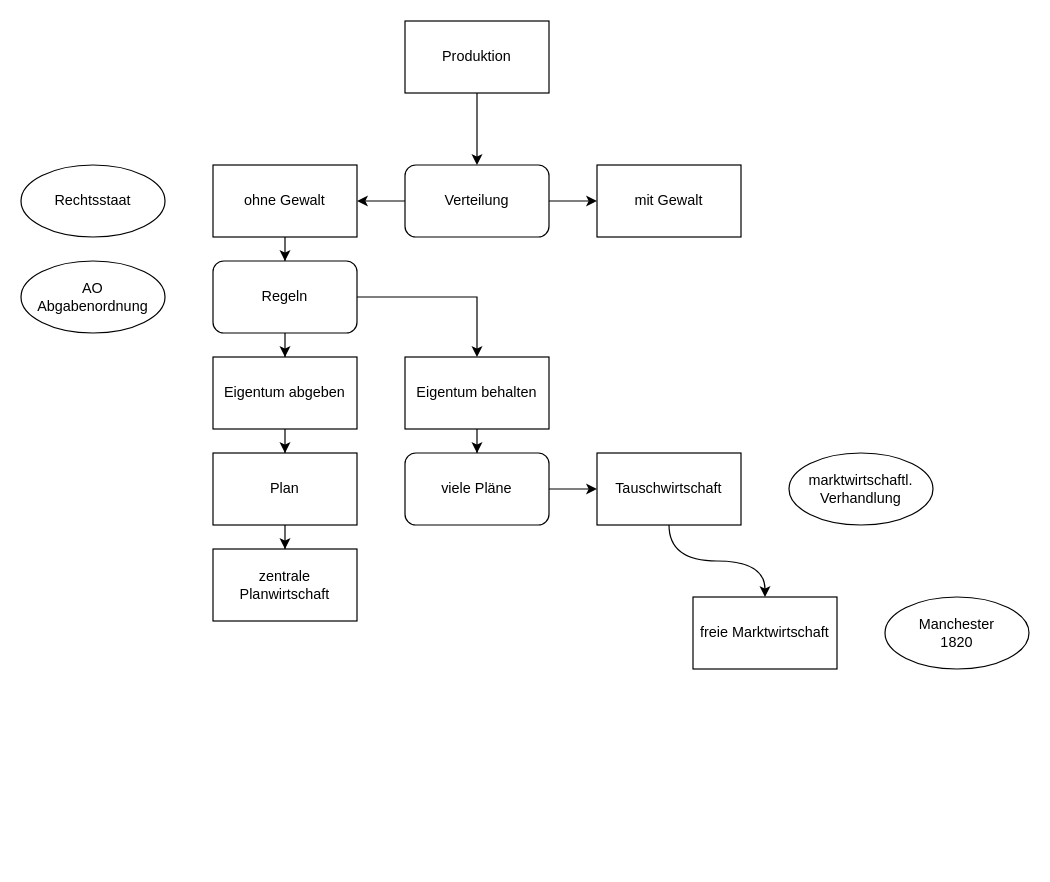
This is UGU01.drawio from martinbro2021/diagrams, a draw.io file, before an edit. Source tidied: cells renumbered, new cells numbered last; positions are measured from the earlier drawing's top-left corner, leaving out a move shared by most shapes. Both pictures are drawn from the tidied source at 120%, with x=0, y=0 at pixel (20, 20).
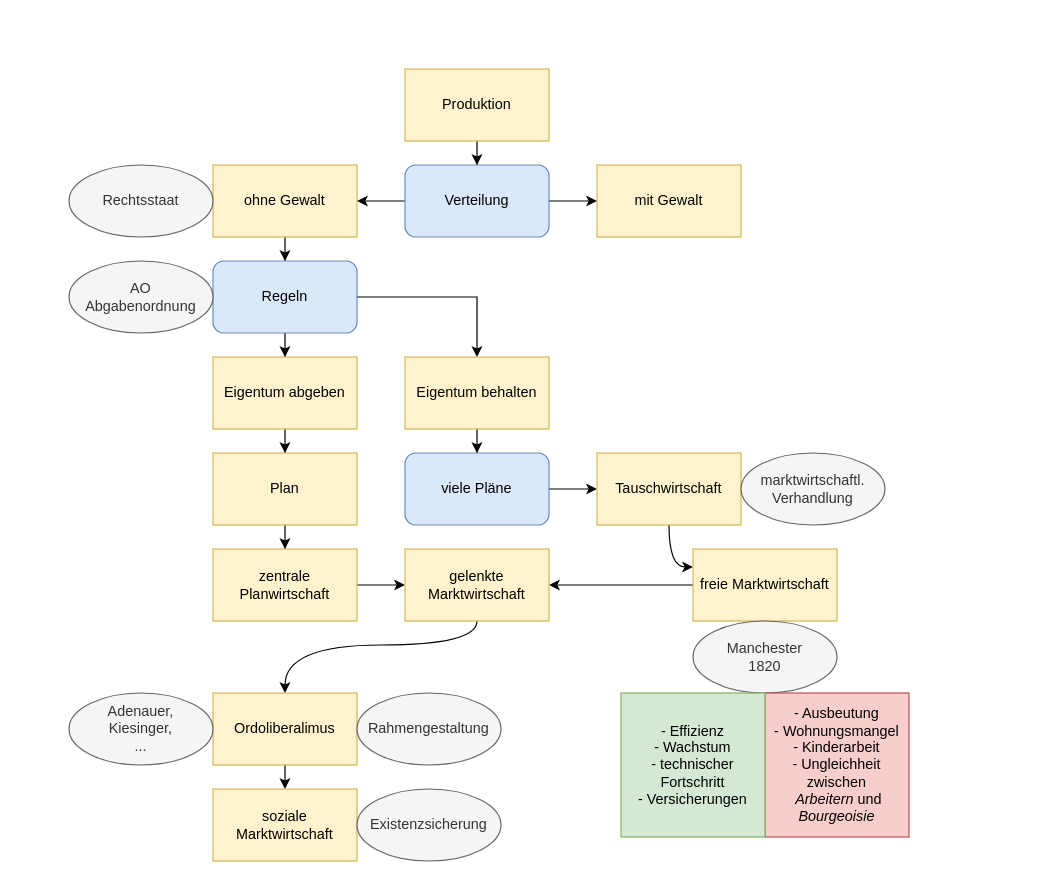
After the change.

Diff of the diagram source:
```diff
@@
-    <mxCell id="3" value="Produktion" style="rounded=0;whiteSpace=wrap;html=1;" parent="1" vertex="1">
-      <mxGeometry x="320" width="120" height="60" as="geometry" />
+    <mxCell id="3" value="Produktion" style="rounded=0;whiteSpace=wrap;html=1;fillColor=#fff2cc;strokeColor=#d6b656;" parent="1" vertex="1">
+      <mxGeometry x="320" y="40" width="120" height="60" as="geometry" />
     </mxCell>
@@
-    <mxCell id="5" value="ohne Gewalt" style="rounded=0;whiteSpace=wrap;html=1;" parent="1" vertex="1">
+    <mxCell id="5" value="ohne Gewalt" style="rounded=0;whiteSpace=wrap;html=1;fillColor=#fff2cc;strokeColor=#d6b656;" parent="1" vertex="1">
       <mxGeometry x="160" y="120" width="120" height="60" as="geometry" />
     </mxCell>
-    <mxCell id="6" value="mit Gewalt" style="rounded=0;whiteSpace=wrap;html=1;" parent="1" vertex="1">
+    <mxCell id="6" value="mit Gewalt" style="rounded=0;whiteSpace=wrap;html=1;fillColor=#fff2cc;strokeColor=#d6b656;" parent="1" vertex="1">
       <mxGeometry x="480" y="120" width="120" height="60" as="geometry" />
     </mxCell>
@@
-    <mxCell id="9" value="Regeln" style="rounded=1;whiteSpace=wrap;html=1;" parent="1" vertex="1">
+    <mxCell id="9" value="Regeln" style="rounded=1;whiteSpace=wrap;html=1;fillColor=#dae8fc;strokeColor=#6c8ebf;" parent="1" vertex="1">
       <mxGeometry x="160" y="200" width="120" height="60" as="geometry" />
     </mxCell>
@@
-    <mxCell id="12" value="Verteilung" style="rounded=1;whiteSpace=wrap;html=1;" parent="1" vertex="1">
+    <mxCell id="12" value="Verteilung" style="rounded=1;whiteSpace=wrap;html=1;fillColor=#dae8fc;strokeColor=#6c8ebf;" parent="1" vertex="1">
       <mxGeometry x="320" y="120" width="120" height="60" as="geometry" />
     </mxCell>
@@
-    <mxCell id="14" value="Eigentum abgeben" style="rounded=0;whiteSpace=wrap;html=1;" parent="1" vertex="1">
+    <mxCell id="14" value="Eigentum abgeben" style="rounded=0;whiteSpace=wrap;html=1;fillColor=#fff2cc;strokeColor=#d6b656;" parent="1" vertex="1">
       <mxGeometry x="160" y="280" width="120" height="60" as="geometry" />
     </mxCell>
@@
-    <mxCell id="16" value="Eigentum behalten" style="rounded=0;whiteSpace=wrap;html=1;" parent="1" vertex="1">
+    <mxCell id="16" value="Eigentum behalten" style="rounded=0;whiteSpace=wrap;html=1;fillColor=#fff2cc;strokeColor=#d6b656;" parent="1" vertex="1">
       <mxGeometry x="320" y="280" width="120" height="60" as="geometry" />
     </mxCell>
@@
-    <mxCell id="18" value="Plan" style="rounded=0;whiteSpace=wrap;html=1;" parent="1" vertex="1">
+    <mxCell id="18" value="Plan" style="rounded=0;whiteSpace=wrap;html=1;fillColor=#fff2cc;strokeColor=#d6b656;" parent="1" vertex="1">
       <mxGeometry x="160" y="360" width="120" height="60" as="geometry" />
     </mxCell>
+    <mxCell id="29" style="edgeStyle=orthogonalEdgeStyle;curved=1;jettySize=auto;html=1;exitX=1;exitY=0.5;exitDx=0;exitDy=0;" parent="1" edge="1" source="19" target="34">
+      <mxGeometry relative="1" as="geometry" />
+    </mxCell>
-    <mxCell id="19" value="zentrale Planwirtschaft" style="rounded=0;whiteSpace=wrap;html=1;" parent="1" vertex="1">
+    <mxCell id="19" value="zentrale Planwirtschaft" style="rounded=0;whiteSpace=wrap;html=1;fillColor=#fff2cc;strokeColor=#d6b656;" parent="1" vertex="1">
       <mxGeometry x="160" y="440" width="120" height="60" as="geometry" />
     </mxCell>
@@
-    <mxCell id="21" value="viele Pläne" style="rounded=1;whiteSpace=wrap;html=1;" parent="1" vertex="1">
+    <mxCell id="21" value="viele Pläne" style="rounded=1;whiteSpace=wrap;html=1;fillColor=#dae8fc;strokeColor=#6c8ebf;" parent="1" vertex="1">
       <mxGeometry x="320" y="360" width="120" height="60" as="geometry" />
     </mxCell>
-    <mxCell id="22" value="Rechtsstaat" style="ellipse;whiteSpace=wrap;html=1;" parent="1" vertex="1">
-      <mxGeometry y="120" width="120" height="60" as="geometry" />
+    <mxCell id="22" value="Rechtsstaat" style="ellipse;whiteSpace=wrap;html=1;fillColor=#f5f5f5;fontColor=#333333;strokeColor=#666666;" parent="1" vertex="1">
+      <mxGeometry x="40" y="120" width="120" height="60" as="geometry" />
     </mxCell>
-    <mxCell id="23" value="AO&lt;br&gt;Abgabenordnung" style="ellipse;whiteSpace=wrap;html=1;" parent="1" vertex="1">
-      <mxGeometry y="200" width="120" height="60" as="geometry" />
+    <mxCell id="23" value="AO&lt;br&gt;Abgabenordnung" style="ellipse;whiteSpace=wrap;html=1;fillColor=#f5f5f5;fontColor=#333333;strokeColor=#666666;" parent="1" vertex="1">
+      <mxGeometry x="40" y="200" width="120" height="60" as="geometry" />
     </mxCell>
-    <mxCell id="24" style="edgeStyle=orthogonalEdgeStyle;jettySize=auto;html=1;curved=1;" parent="1" edge="1" source="25" target="27">
-      <mxGeometry relative="1" as="geometry" />
+    <mxCell id="24" style="edgeStyle=orthogonalEdgeStyle;curved=1;jettySize=auto;html=1;entryX=0;entryY=0.25;entryDx=0;entryDy=0;" parent="1" edge="1" source="25" target="27">
+      <mxGeometry relative="1" as="geometry">
+        <Array as="points">
+          <mxPoint x="540" y="455" />
+        </Array>
+      </mxGeometry>
     </mxCell>
-    <mxCell id="25" value="Tauschwirtschaft" style="rounded=0;whiteSpace=wrap;html=1;" parent="1" vertex="1">
+    <mxCell id="25" value="Tauschwirtschaft" style="rounded=0;whiteSpace=wrap;html=1;fillColor=#fff2cc;strokeColor=#d6b656;" parent="1" vertex="1">
       <mxGeometry x="480" y="360" width="120" height="60" as="geometry" />
     </mxCell>
-    <mxCell id="26" value="marktwirtschaftl.&lt;br&gt;Verhandlung" style="ellipse;whiteSpace=wrap;html=1;" parent="1" vertex="1">
-      <mxGeometry x="640" y="360" width="120" height="60" as="geometry" />
+    <mxCell id="26" value="marktwirtschaftl.&lt;br&gt;Verhandlung" style="ellipse;whiteSpace=wrap;html=1;fillColor=#f5f5f5;fontColor=#333333;strokeColor=#666666;" parent="1" vertex="1">
+      <mxGeometry x="600" y="360" width="120" height="60" as="geometry" />
     </mxCell>
+    <mxCell id="30" style="edgeStyle=orthogonalEdgeStyle;curved=1;jettySize=auto;html=1;" parent="1" edge="1" source="27" target="34">
+      <mxGeometry relative="1" as="geometry" />
+    </mxCell>
-    <mxCell id="27" value="freie Marktwirtschaft" style="rounded=0;whiteSpace=wrap;html=1;" parent="1" vertex="1">
-      <mxGeometry x="560" y="480" width="120" height="60" as="geometry" />
+    <mxCell id="27" value="freie Marktwirtschaft" style="rounded=0;whiteSpace=wrap;html=1;fillColor=#fff2cc;strokeColor=#d6b656;" parent="1" vertex="1">
+      <mxGeometry x="560" y="440" width="120" height="60" as="geometry" />
     </mxCell>
-    <mxCell id="28" value="Manchester&lt;br&gt;1820" style="ellipse;whiteSpace=wrap;html=1;" parent="1" vertex="1">
-      <mxGeometry x="720" y="480" width="120" height="60" as="geometry" />
+    <mxCell id="28" value="Manchester&lt;br&gt;1820" style="ellipse;whiteSpace=wrap;html=1;fillColor=#f5f5f5;fontColor=#333333;strokeColor=#666666;" parent="1" vertex="1">
+      <mxGeometry x="560" y="500" width="120" height="60" as="geometry" />
     </mxCell>
+    <mxCell id="31" value="- Ausbeutung&lt;br&gt;- Wohnungsmangel&lt;br&gt;- Kinderarbeit&lt;br&gt;- Ungleichheit zwischen&lt;br&gt;&lt;i&gt;&amp;nbsp;Arbeitern &lt;/i&gt;und &lt;i&gt;Bourgeoisie&lt;/i&gt;" style="whiteSpace=wrap;html=1;align=center;fillColor=#f8cecc;strokeColor=#b85450;" parent="1" vertex="1">
+      <mxGeometry x="620" y="560" width="120" height="120" as="geometry" />
+    </mxCell>
+    <mxCell id="32" value="- Effizienz&lt;br&gt;- Wachstum&lt;br&gt;- technischer Fortschritt&lt;br&gt;- Versicherungen" style="whiteSpace=wrap;html=1;fillColor=#d5e8d4;strokeColor=#82b366;" parent="1" vertex="1">
+      <mxGeometry x="500" y="560" width="120" height="120" as="geometry" />
+    </mxCell>
+    <mxCell id="33" style="edgeStyle=orthogonalEdgeStyle;jettySize=auto;html=1;curved=1;" parent="1" edge="1" source="34" target="36">
+      <mxGeometry relative="1" as="geometry">
+        <Array as="points">
+          <mxPoint x="380" y="520" />
+          <mxPoint x="220" y="520" />
+        </Array>
+      </mxGeometry>
+    </mxCell>
+    <mxCell id="34" value="gelenkte Marktwirtschaft&lt;br&gt;" style="rounded=0;whiteSpace=wrap;html=1;fillColor=#fff2cc;strokeColor=#d6b656;" parent="1" vertex="1">
+      <mxGeometry x="320" y="440" width="120" height="60" as="geometry" />
+    </mxCell>
+    <mxCell id="35" style="edgeStyle=orthogonalEdgeStyle;curved=1;jettySize=auto;html=1;" parent="1" edge="1" source="36" target="38">
+      <mxGeometry relative="1" as="geometry" />
+    </mxCell>
+    <mxCell id="36" value="Ordoliberalimus" style="rounded=0;whiteSpace=wrap;html=1;fillColor=#fff2cc;strokeColor=#d6b656;" parent="1" vertex="1">
+      <mxGeometry x="160" y="560" width="120" height="60" as="geometry" />
+    </mxCell>
+    <mxCell id="37" value="Adenauer,&lt;br&gt;Kiesinger,&lt;br&gt;..." style="ellipse;whiteSpace=wrap;html=1;fillColor=#f5f5f5;fontColor=#333333;strokeColor=#666666;" parent="1" vertex="1">
+      <mxGeometry x="40" y="560" width="120" height="60" as="geometry" />
+    </mxCell>
+    <mxCell id="38" value="soziale Marktwirtschaft" style="rounded=0;whiteSpace=wrap;html=1;fillColor=#fff2cc;strokeColor=#d6b656;" parent="1" vertex="1">
+      <mxGeometry x="160" y="640" width="120" height="60" as="geometry" />
+    </mxCell>
+    <mxCell id="39" value="Rahmengestaltung" style="ellipse;whiteSpace=wrap;html=1;fillColor=#f5f5f5;fontColor=#333333;strokeColor=#666666;" parent="1" vertex="1">
+      <mxGeometry x="280" y="560" width="120" height="60" as="geometry" />
+    </mxCell>
+    <mxCell id="40" value="Existenzsicherung" style="ellipse;whiteSpace=wrap;html=1;fillColor=#f5f5f5;fontColor=#333333;strokeColor=#666666;" parent="1" vertex="1">
+      <mxGeometry x="280" y="640" width="120" height="60" as="geometry" />
+    </mxCell>
```
